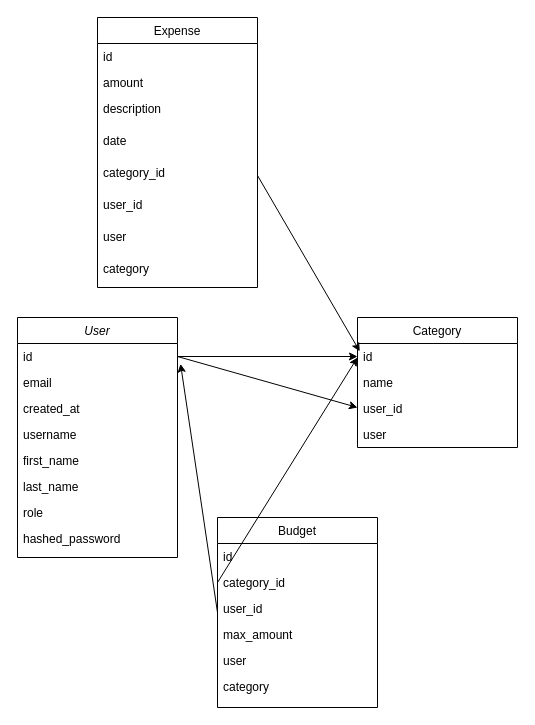
Above: expense-tracker-db.drawio in szymon-zuk/expense-tracker (draw.io), before the change. Source tidied: cells renumbered, new cells numbered last; positions are measured from the earlier drawing's top-left corner, leaving out a move shared by most shapes. Both pictures are drawn from the tidied source at 100%, with x=0, y=0 at pixel (17, 17).
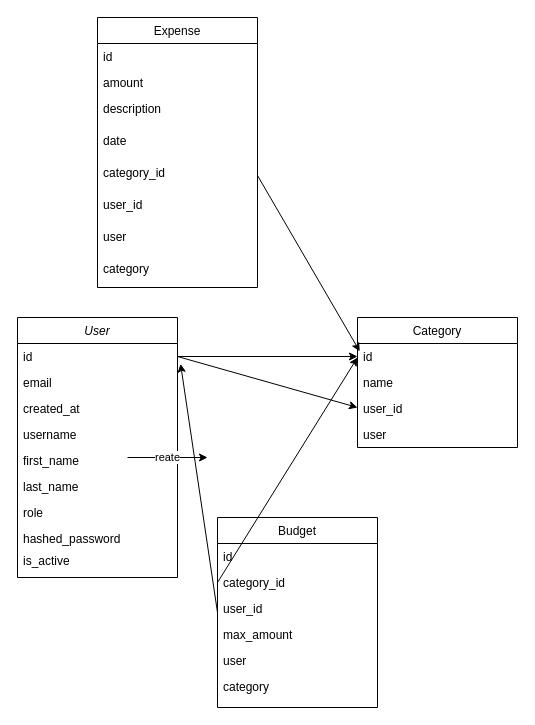
The same page after the edit.

What changed in the source:
```diff
@@
     <mxCell id="2" value="User" style="swimlane;fontStyle=2;align=center;verticalAlign=top;horizontal=1;startSize=26;rounded=0;shadow=0;strokeWidth=1;" parent="1" vertex="1">
-      <mxGeometry y="300" width="160" height="240" as="geometry" />
+      <mxGeometry y="300" width="160" height="260" as="geometry" />
     </mxCell>
@@
+    <mxCell id="37" value="is_active&#10;" style="text;align=left;verticalAlign=top;spacingLeft=4;spacingRight=4;overflow=hidden;rounded=0;shadow=0;html=0;" parent="2" vertex="1">
+      <mxGeometry y="230" width="160" height="22" as="geometry" />
+    </mxCell>
@@
+    <mxCell id="38" value="reate" style="edgeStyle=none;orthogonalLoop=1;jettySize=auto;html=1;rounded=0;" parent="1" edge="1">
+      <mxGeometry relative="1" as="geometry">
+        <mxPoint x="110" y="440" as="sourcePoint" />
+        <mxPoint x="190" y="440" as="targetPoint" />
+      </mxGeometry>
+    </mxCell>
```
